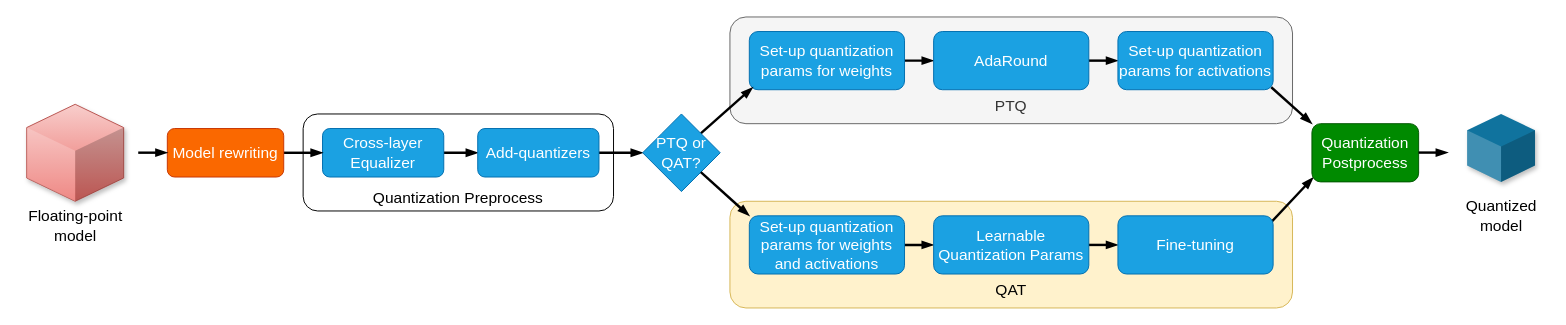
The draw.io diagram Untitled Diagram.drawio in hoangtv2000/document-collection, before the edit. Source tidied: cells renumbered, new cells numbered last; positions are measured from the earlier drawing's top-left corner, leaving out a move shared by most shapes. Both pictures are drawn from the tidied source at 97%, with x=0, y=0 at pixel (16, 16).
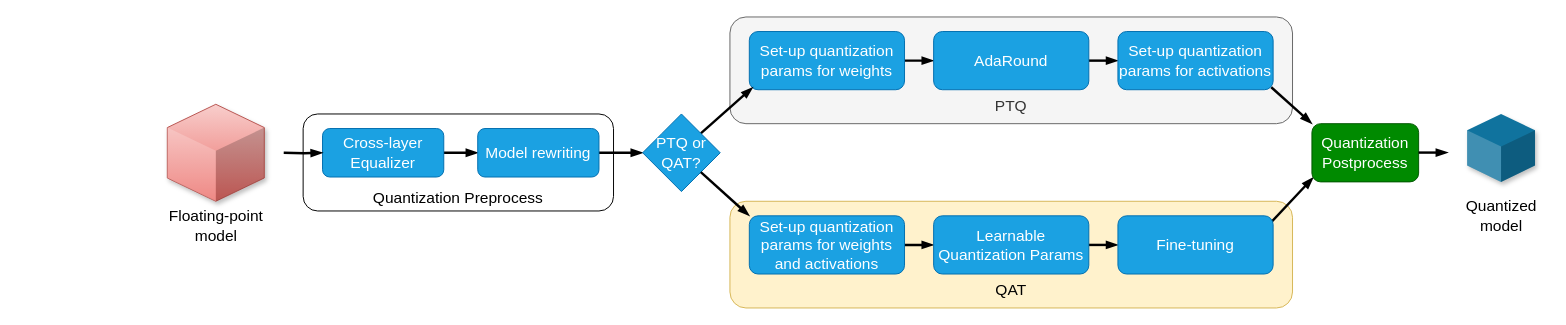
The same diagram, later.

Commit message:
Cập nhật Untitled Diagram.drawio

Unchanged cells that the change refers to:
```xml
<mxCell id="13" value="&lt;font style=&quot;font-size: 16px;&quot;&gt;Cross-layer Equalizer&lt;/font&gt;" style="rounded=1;whiteSpace=wrap;html=1;fillColor=#1ba1e2;strokeColor=#006EAF;fontColor=#ffffff;shadow=0;fontSize=16;" parent="1" vertex="1">
  <mxGeometry x="315" y="115" width="125" height="50" as="geometry" />
</mxCell>
```

The edit, as a diff of the source:
```diff
@@
     <mxCell id="10" style="verticalLabelPosition=bottom;verticalAlign=top;html=1;shape=mxgraph.infographic.shadedCube;isoAngle=15;fillColor=#f8cecc;strokeColor=#b85450;gradientColor=#ea6b66;shadow=1;" parent="1" vertex="1">
-      <mxGeometry x="10" y="90" width="100" height="100" as="geometry" />
+      <mxGeometry x="155" y="90" width="100" height="100" as="geometry" />
     </mxCell>
     <mxCell id="11" value="&lt;font style=&quot;font-size: 16px;&quot;&gt;Floating-point&lt;br&gt;model&lt;/font&gt;" style="text;html=1;align=center;verticalAlign=middle;strokeColor=none;fillColor=none;" parent="1" vertex="1">
-      <mxGeometry y="190" width="120" height="50" as="geometry" />
+      <mxGeometry x="145" y="190" width="120" height="50" as="geometry" />
     </mxCell>
@@
-    <mxCell id="15" value="&lt;font style=&quot;font-size: 16px;&quot;&gt;Add-quantizers&lt;/font&gt;" style="rounded=1;whiteSpace=wrap;html=1;fillColor=#1ba1e2;strokeColor=#006EAF;fontColor=#ffffff;shadow=0;fontSize=16;" parent="1" vertex="1">
+    <mxCell id="15" value="Model rewriting" style="rounded=1;whiteSpace=wrap;html=1;fillColor=#1ba1e2;strokeColor=#006EAF;fontColor=#ffffff;shadow=0;fontSize=16;" parent="1" vertex="1">
       <mxGeometry x="475" y="115" width="125" height="50" as="geometry" />
     </mxCell>
-    <mxCell id="16" style="edgeStyle=orthogonalEdgeStyle;rounded=0;jettySize=auto;html=1;entryX=0;entryY=0.5;entryDx=0;entryDy=0;endArrow=blockThin;endFill=1;strokeWidth=2.5;exitX=1;exitY=0.5;exitDx=0;exitDy=0;" parent="1" edge="1" source="28" target="13">
-      <mxGeometry relative="1" as="geometry" />
+    <mxCell id="16" style="edgeStyle=orthogonalEdgeStyle;rounded=0;jettySize=auto;html=1;entryX=0;entryY=0.5;entryDx=0;entryDy=0;endArrow=blockThin;endFill=1;strokeWidth=2.5;exitX=1;exitY=0.5;exitDx=0;exitDy=0;" parent="1" edge="1" target="13">
+      <mxGeometry relative="1" as="geometry">
+        <mxPoint x="275" y="140" as="sourcePoint" />
+      </mxGeometry>
     </mxCell>
@@
-    <mxCell id="28" value="&lt;font color=&quot;#ffffff&quot; style=&quot;font-size: 16px;&quot;&gt;Model rewriting&lt;/font&gt;" style="rounded=1;whiteSpace=wrap;html=1;fillColor=#fa6800;strokeColor=#C73500;shadow=0;fontColor=#000000;fontSize=16;" parent="1" vertex="1">
-      <mxGeometry x="155" y="115" width="120" height="50" as="geometry" />
-    </mxCell>
-    <mxCell id="29" style="edgeStyle=orthogonalEdgeStyle;rounded=0;orthogonalLoop=1;jettySize=auto;html=1;entryX=0;entryY=0.5;entryDx=0;entryDy=0;endArrow=blockThin;endFill=1;strokeWidth=2.5;" parent="1" edge="1">
-      <mxGeometry relative="1" as="geometry">
-        <mxPoint x="125" y="139.9" as="sourcePoint" />
-        <mxPoint x="155" y="139.9" as="targetPoint" />
-        <Array as="points">
-          <mxPoint x="155" y="139.9" />
-          <mxPoint x="155" y="139.9" />
-        </Array>
-      </mxGeometry>
-    </mxCell>
```
